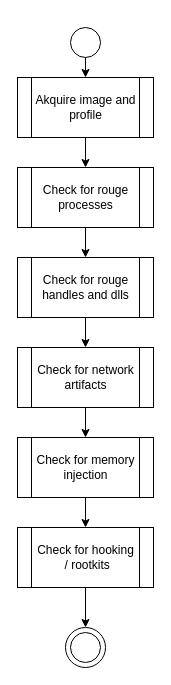
The draw.io diagram flowcharts/dfir/memory_basic_methodology.drawio in sn0b4ll/cheatsheets, before the edit. Source tidied: cells renumbered, new cells numbered last; positions are measured from the earlier drawing's top-left corner, leaving out a move shared by most shapes. Both pictures are drawn from the tidied source at 100%, with x=0, y=0 at pixel (17, 27).
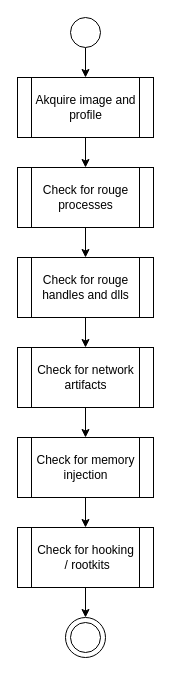
After the change.

Commit message:
Fxied spacing

What changed in the source:
```diff
@@
 <mxGraphModel>
   <root>
     <mxCell id="0" />
     <mxCell id="1" parent="0" />
-    <mxCell id="2" style="ellipse;whiteSpace=wrap;html=1;" parent="1" vertex="1">
-      <mxGeometry x="48" y="600" width="40" height="40" as="geometry" />
-    </mxCell>
     <mxCell id="3" style="edgeStyle=orthogonalEdgeStyle;rounded=0;jettySize=auto;html=1;exitX=0.5;exitY=1;exitDx=0;exitDy=0;entryX=0.5;entryY=0;entryDx=0;entryDy=0;" parent="1" edge="1" source="4" target="6">
       <mxGeometry relative="1" as="geometry" />
     </mxCell>
     <mxCell id="4" value="Akquire image and profile" style="shape=process;whiteSpace=wrap;html=1;backgroundOutline=1;" parent="1" vertex="1">
       <mxGeometry y="50" width="136" height="60" as="geometry" />
     </mxCell>
     <mxCell id="5" style="edgeStyle=orthogonalEdgeStyle;rounded=0;jettySize=auto;html=1;exitX=0.5;exitY=1;exitDx=0;exitDy=0;entryX=0.5;entryY=0;entryDx=0;entryDy=0;" parent="1" edge="1" source="6" target="8">
       <mxGeometry relative="1" as="geometry" />
     </mxCell>
     <mxCell id="6" value="Check for rouge processes" style="shape=process;whiteSpace=wrap;html=1;backgroundOutline=1;" parent="1" vertex="1">
       <mxGeometry y="140" width="136" height="60" as="geometry" />
     </mxCell>
     <mxCell id="7" style="edgeStyle=orthogonalEdgeStyle;rounded=0;jettySize=auto;html=1;exitX=0.5;exitY=1;exitDx=0;exitDy=0;entryX=0.5;entryY=0;entryDx=0;entryDy=0;" parent="1" edge="1" source="8" target="10">
       <mxGeometry relative="1" as="geometry" />
     </mxCell>
     <mxCell id="8" value="Check for rouge handles and dlls" style="shape=process;whiteSpace=wrap;html=1;backgroundOutline=1;" parent="1" vertex="1">
       <mxGeometry y="230" width="136" height="60" as="geometry" />
     </mxCell>
     <mxCell id="9" style="edgeStyle=orthogonalEdgeStyle;rounded=0;jettySize=auto;html=1;exitX=0.5;exitY=1;exitDx=0;exitDy=0;entryX=0.5;entryY=0;entryDx=0;entryDy=0;" parent="1" edge="1" source="10" target="12">
       <mxGeometry relative="1" as="geometry" />
     </mxCell>
     <mxCell id="10" value="Check for network artifacts" style="shape=process;whiteSpace=wrap;html=1;backgroundOutline=1;" parent="1" vertex="1">
       <mxGeometry y="320" width="136" height="60" as="geometry" />
     </mxCell>
     <mxCell id="11" style="edgeStyle=orthogonalEdgeStyle;rounded=0;jettySize=auto;html=1;exitX=0.5;exitY=1;exitDx=0;exitDy=0;entryX=0.5;entryY=0;entryDx=0;entryDy=0;" parent="1" edge="1" source="12" target="14">
       <mxGeometry relative="1" as="geometry" />
     </mxCell>
     <mxCell id="12" value="&lt;div&gt;Check for memory injection&lt;/div&gt;" style="shape=process;whiteSpace=wrap;html=1;backgroundOutline=1;" parent="1" vertex="1">
       <mxGeometry y="410" width="136" height="60" as="geometry" />
     </mxCell>
     <mxCell id="13" style="edgeStyle=orthogonalEdgeStyle;rounded=0;jettySize=auto;html=1;exitX=0.5;exitY=1;exitDx=0;exitDy=0;entryX=0.5;entryY=0;entryDx=0;entryDy=0;" parent="1" edge="1" source="14" target="2">
       <mxGeometry relative="1" as="geometry" />
     </mxCell>
     <mxCell id="14" value="&lt;div&gt;Check for hooking&lt;/div&gt;&amp;nbsp;/ rootkits" style="shape=process;whiteSpace=wrap;html=1;backgroundOutline=1;" parent="1" vertex="1">
       <mxGeometry y="500" width="136" height="60" as="geometry" />
     </mxCell>
     <mxCell id="15" style="edgeStyle=orthogonalEdgeStyle;rounded=0;jettySize=auto;html=1;exitX=0.5;exitY=1;exitDx=0;exitDy=0;entryX=0.5;entryY=0;entryDx=0;entryDy=0;" parent="1" edge="1" source="16" target="4">
       <mxGeometry relative="1" as="geometry" />
     </mxCell>
     <mxCell id="16" style="ellipse;whiteSpace=wrap;html=1;" parent="1" vertex="1">
-      <mxGeometry x="53" width="30" height="30" as="geometry" />
+      <mxGeometry x="53" y="-10" width="30" height="30" as="geometry" />
     </mxCell>
+    <mxCell id="18" style="group;" parent="1" vertex="1">
+      <mxGeometry x="48" y="590" width="40" height="40" as="geometry" />
+    </mxCell>
+    <mxCell id="2" style="ellipse;whiteSpace=wrap;html=1;" parent="18" vertex="1">
+      <mxGeometry width="40" height="40" as="geometry" />
+    </mxCell>
-    <mxCell id="17" style="ellipse;whiteSpace=wrap;html=1;" parent="1" vertex="1">
-      <mxGeometry x="53" y="605" width="30" height="30" as="geometry" />
+    <mxCell id="17" style="ellipse;whiteSpace=wrap;html=1;" parent="18" vertex="1">
+      <mxGeometry x="5" y="5" width="30" height="30" as="geometry" />
     </mxCell>
   </root>
 </mxGraphModel>
```
